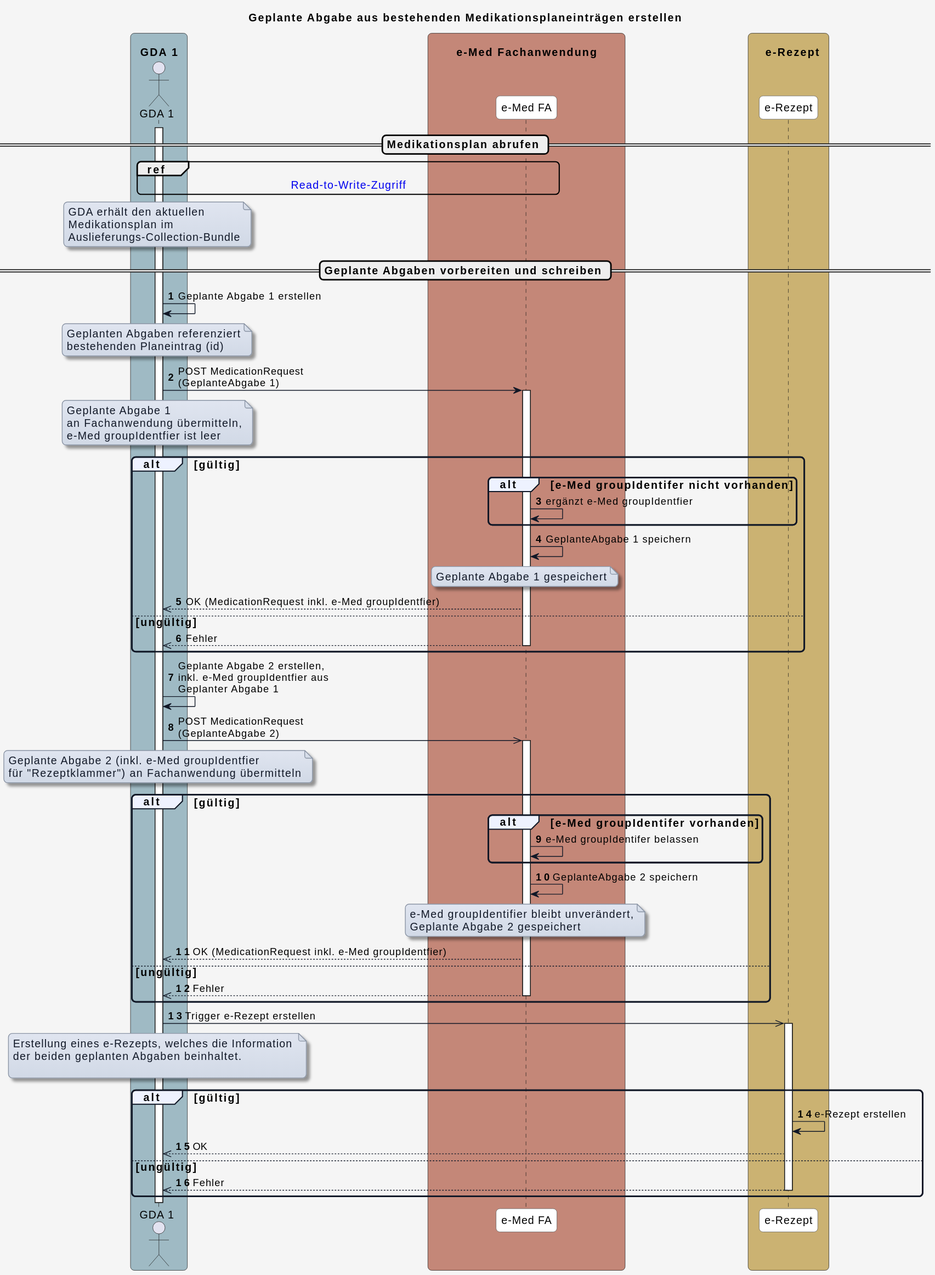
The PlantUML diagram input/images/plantuml/UC_eMed_08_01.svg in HL7Austria/ELGA-e-Medikation-R4, before a commit.
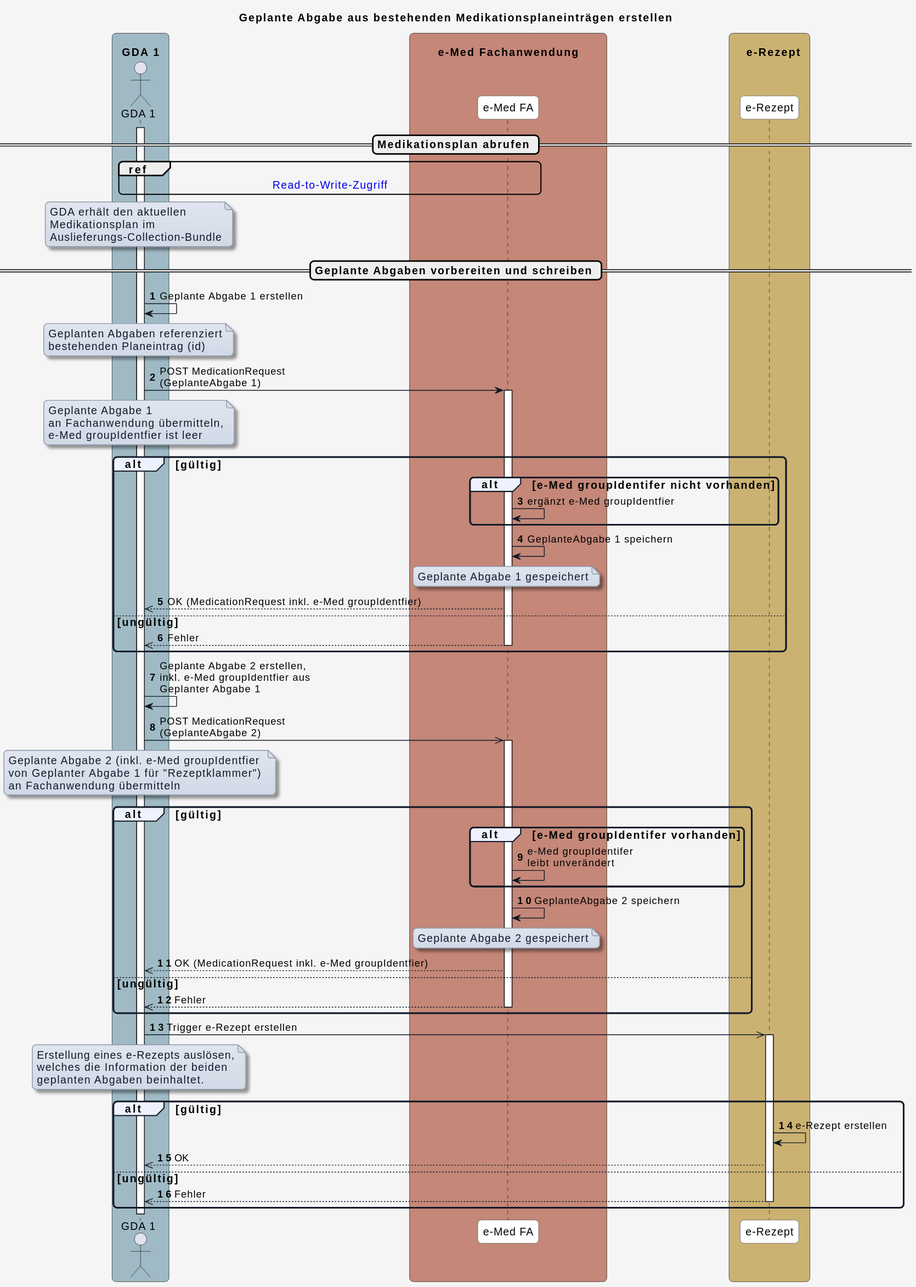
The same file after the commit.

What changed in the source:
```diff
@@ -106,17 +106,17 @@
 activate eMed_FA
 note over GDA_1
 Geplante Abgabe 2 (inkl. e-Med groupIdentfier
-für "Rezeptklammer") an Fachanwendung übermitteln
+von Geplanter Abgabe 1 für "Rezeptklammer")
+an Fachanwendung übermitteln
 end note
 
 alt gültig
   alt e-Med groupIdentifer vorhanden
-    eMed_FA -> eMed_FA: e-Med groupIdentifer belassen
+    eMed_FA -> eMed_FA: e-Med groupIdentifer\nleibt unverändert
   end
   eMed_FA -> eMed_FA: GeplanteAbgabe 2 speichern
 
   note over eMed_FA
-  e-Med groupIdentifier bleibt unverändert,
   Geplante Abgabe 2 gespeichert
   end note
 
@@ -128,9 +128,9 @@
 
 GDA_1 ->> e_Rezept: Trigger e-Rezept erstellen
 note over GDA_1
-Erstellung eines e-Rezepts, welches die Information
-der beiden geplanten Abgaben beinhaltet.
-
+Erstellung eines e-Rezepts auslösen,
+welches die Information der beiden
+geplanten Abgaben beinhaltet.
 end note
 activate e_Rezept
 
```
